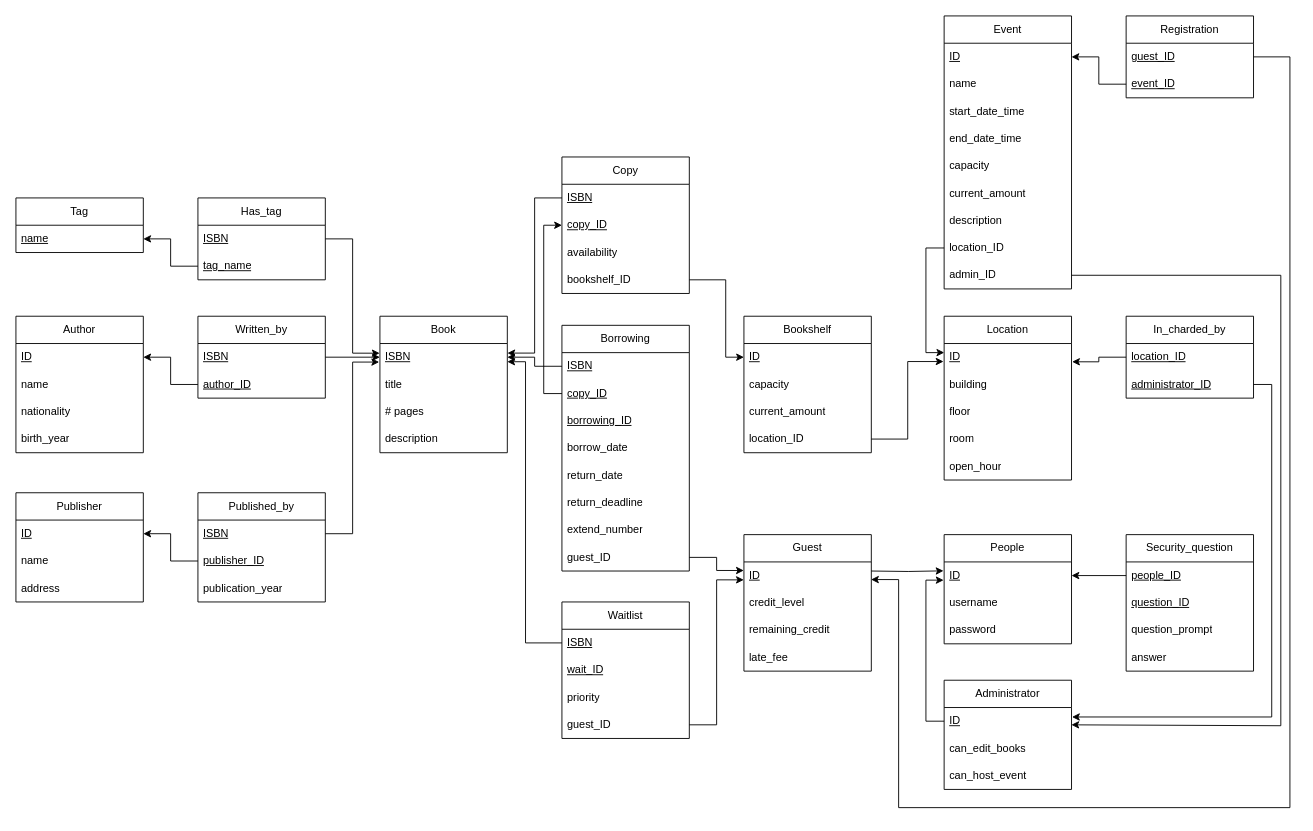
This is schema/relational_model/Relational Model Diagram.drawio from Kassaking7/eLibraryManagementSystem, a draw.io file, before an edit. Source tidied: cells renumbered, new cells numbered last; positions are measured from the earlier drawing's top-left corner, leaving out a move shared by most shapes. Both pictures are drawn from the tidied source at 91%, with x=0, y=0 at pixel (15, 15).
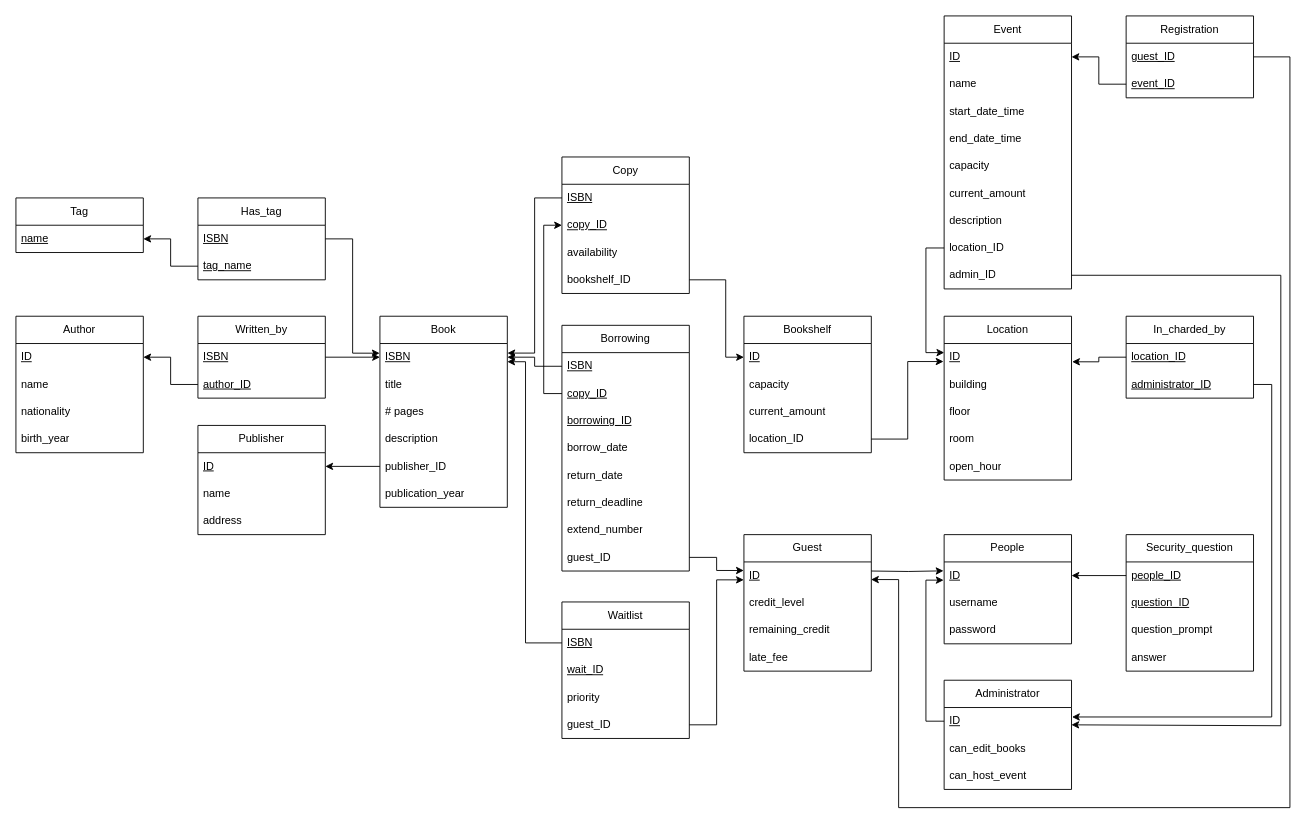
After the change.

Commit message (it also covers changes not shown here):
Update Relational Model Diagram

Unchanged cells that the change refers to:
```xml
<mxCell id="3" value="&lt;u&gt;ISBN&lt;/u&gt;" style="text;strokeColor=none;fillColor=none;align=left;verticalAlign=middle;spacingLeft=4;spacingRight=4;overflow=hidden;points=[[0,0.5],[1,0.5]];portConstraint=eastwest;whiteSpace=wrap;html=1;" parent="2" vertex="1">
  <mxGeometry y="30" width="140" height="30" as="geometry" />
</mxCell>
<mxCell id="34" value="&lt;u&gt;ID&lt;/u&gt;" style="text;strokeColor=none;fillColor=none;align=left;verticalAlign=middle;spacingLeft=4;spacingRight=4;overflow=hidden;points=[[0,0.5],[1,0.5]];portConstraint=eastwest;whiteSpace=wrap;html=1;" parent="33" vertex="1">
  <mxGeometry y="30" width="140" height="30" as="geometry" />
</mxCell>
```

Change to the diagram source:
```diff
@@
     <mxCell id="2" value="Book" style="swimlane;fontStyle=0;horizontal=1;startSize=30;whiteSpace=wrap;html=1;" parent="1" vertex="1">
-      <mxGeometry x="400" y="330" width="140" height="150" as="geometry" />
+      <mxGeometry x="400" y="330" width="140" height="210" as="geometry" />
     </mxCell>
@@
+    <mxCell id="31" value="publisher_ID" style="text;strokeColor=none;fillColor=none;align=left;verticalAlign=middle;spacingLeft=4;spacingRight=4;overflow=hidden;points=[[0,0.5],[1,0.5]];portConstraint=eastwest;whiteSpace=wrap;html=1;" parent="2" vertex="1">
+      <mxGeometry y="150" width="140" height="30" as="geometry" />
+    </mxCell>
+    <mxCell id="32" value="publication_year" style="text;strokeColor=none;fillColor=none;align=left;verticalAlign=middle;spacingLeft=4;spacingRight=4;overflow=hidden;whiteSpace=wrap;html=1;" parent="2" vertex="1">
+      <mxGeometry y="180" width="140" height="30" as="geometry" />
+    </mxCell>
@@
-    <mxCell id="29" value="Published_by" style="swimlane;fontStyle=0;horizontal=1;startSize=30;whiteSpace=wrap;html=1;" parent="1" vertex="1">
-      <mxGeometry x="200" y="524" width="140" height="120" as="geometry" />
-    </mxCell>
-    <mxCell id="30" value="&lt;u&gt;ISBN&lt;/u&gt;" style="text;strokeColor=none;fillColor=none;align=left;verticalAlign=middle;spacingLeft=4;spacingRight=4;overflow=hidden;points=[[0,0.5],[1,0.5]];portConstraint=eastwest;whiteSpace=wrap;html=1;" parent="29" vertex="1">
-      <mxGeometry y="30" width="140" height="30" as="geometry" />
-    </mxCell>
-    <mxCell id="31" value="&lt;u&gt;publisher_ID&lt;/u&gt;" style="text;strokeColor=none;fillColor=none;align=left;verticalAlign=middle;spacingLeft=4;spacingRight=4;overflow=hidden;points=[[0,0.5],[1,0.5]];portConstraint=eastwest;whiteSpace=wrap;html=1;" parent="29" vertex="1">
-      <mxGeometry y="60" width="140" height="30" as="geometry" />
-    </mxCell>
-    <mxCell id="32" value="publication_year" style="text;strokeColor=none;fillColor=none;align=left;verticalAlign=middle;spacingLeft=4;spacingRight=4;overflow=hidden;whiteSpace=wrap;html=1;" parent="29" vertex="1">
-      <mxGeometry y="90" width="140" height="30" as="geometry" />
-    </mxCell>
     <mxCell id="33" value="Publisher" style="swimlane;fontStyle=0;horizontal=1;startSize=30;whiteSpace=wrap;html=1;" parent="1" vertex="1">
-      <mxGeometry y="524" width="140" height="120" as="geometry" />
+      <mxGeometry x="200" y="450" width="140" height="120" as="geometry" />
     </mxCell>
@@
-    <mxCell id="37" style="edgeStyle=orthogonalEdgeStyle;rounded=0;jettySize=auto;html=1;exitX=0;exitY=0.5;exitDx=0;exitDy=0;entryX=1;entryY=0.5;entryDx=0;entryDy=0;" parent="1" edge="1" source="31" target="34">
-      <mxGeometry relative="1" as="geometry" />
-    </mxCell>
-    <mxCell id="38" style="edgeStyle=orthogonalEdgeStyle;rounded=0;jettySize=auto;html=1;exitX=1;exitY=0.5;exitDx=0;exitDy=0;entryX=-0.006;entryY=0.679;entryDx=0;entryDy=0;entryPerimeter=0;" parent="1" edge="1" source="30" target="3">
-      <mxGeometry relative="1" as="geometry" />
-    </mxCell>
@@
+    <mxCell id="37" style="html=1;exitX=0;exitY=0.5;exitDx=0;exitDy=0;entryX=1;entryY=0.5;entryDx=0;entryDy=0;" parent="1" edge="1" source="31" target="34">
+      <mxGeometry relative="1" as="geometry" />
+    </mxCell>
```
